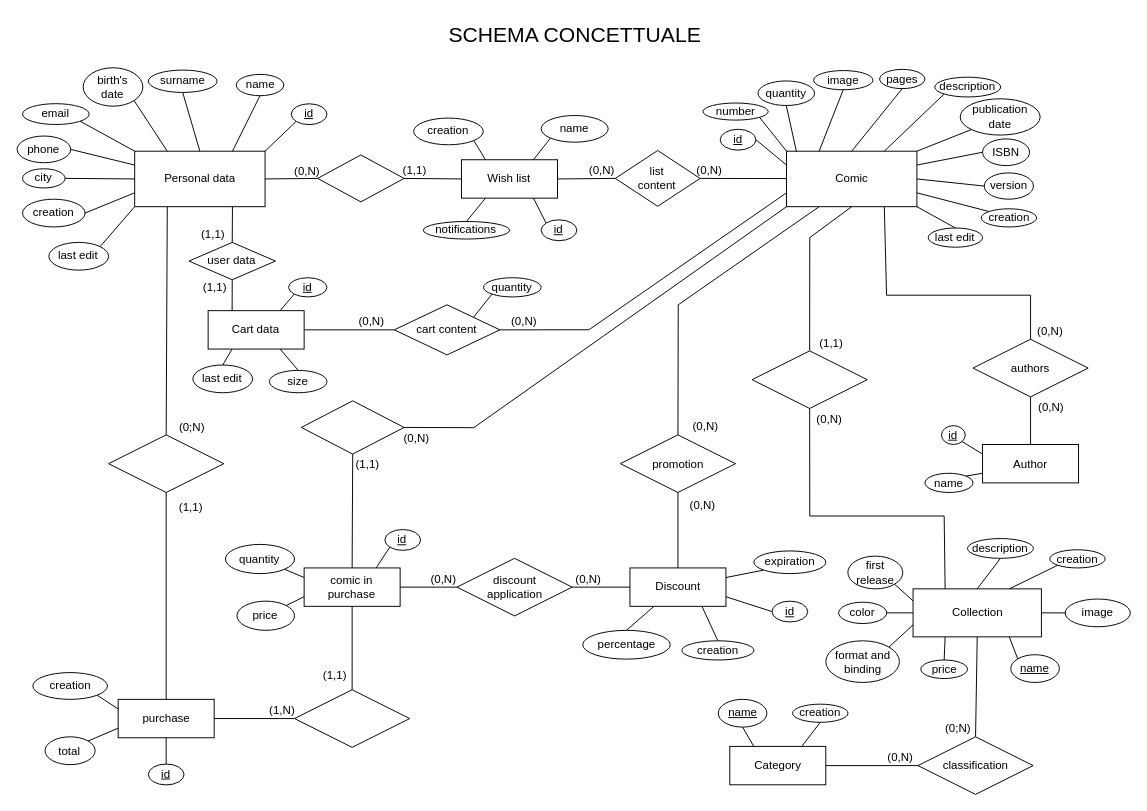
The draw.io diagram page "Schema E-R ristrutturato" (2 of 2) of doc/database/Comic_shop_ER_diagram.drawio in Enricods-i/Comics-Store-Backend, before the edit. Source tidied: cells renumbered, new cells numbered last; positions are measured from the earlier drawing's top-left corner, leaving out a move shared by most shapes. Both pictures are drawn from the tidied source at 96%, with x=0, y=0 at pixel (16, 16).
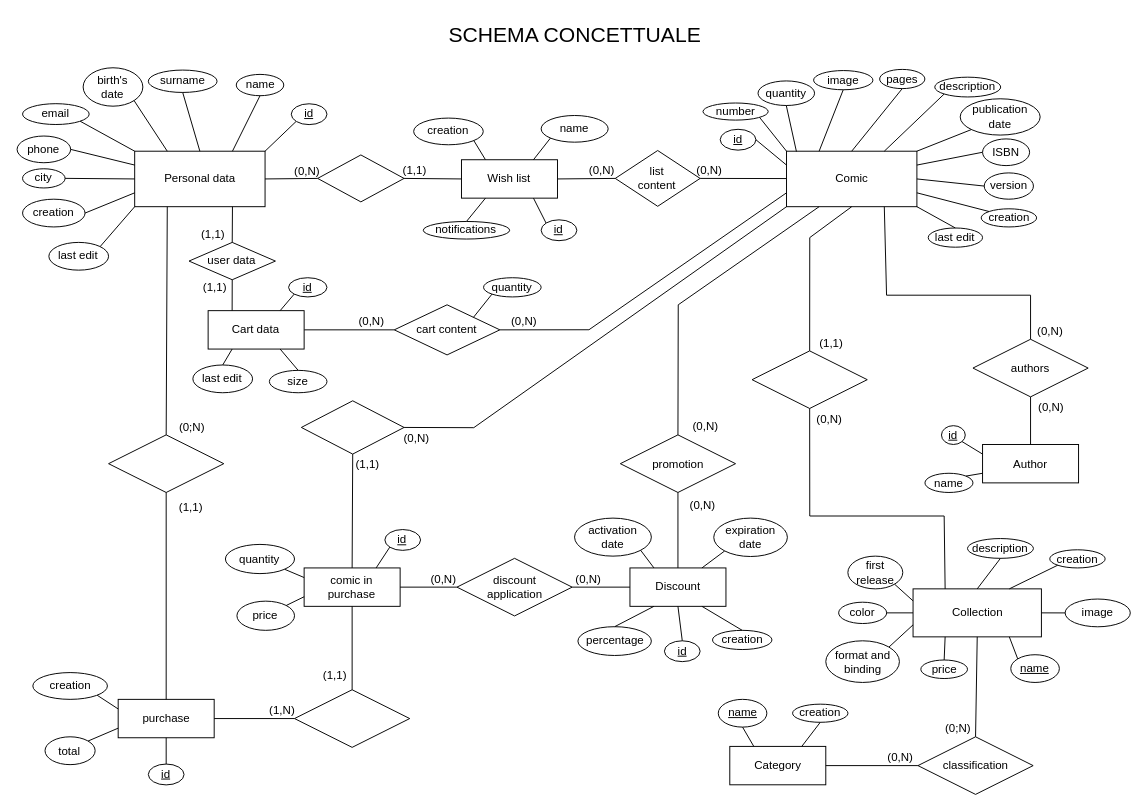
The same diagram, later.

The change refers to these unchanged cells:
```xml
<mxCell id="39" value="Discount" style="whiteSpace=wrap;html=1;align=center;" parent="1" vertex="1">
  <mxGeometry x="638.7" y="574.1" width="100" height="40" as="geometry" />
</mxCell>
```

What changed in the source:
```diff
@@
     <mxCell id="51" value="percentage" style="ellipse;whiteSpace=wrap;html=1;align=center;" parent="1" vertex="1">
-      <mxGeometry x="589.5" y="639.1" width="91.2" height="30" as="geometry" />
+      <mxGeometry x="584.5" y="635.3" width="76.5" height="30" as="geometry" />
     </mxCell>
     <mxCell id="52" value="creation" style="ellipse;whiteSpace=wrap;html=1;align=center;" parent="1" vertex="1">
-      <mxGeometry x="692.7" y="650" width="75.2" height="20" as="geometry" />
+      <mxGeometry x="724.7" y="639.1" width="61.9" height="20" as="geometry" />
     </mxCell>
-    <mxCell id="53" value="expiration" style="ellipse;whiteSpace=wrap;html=1;align=center;" parent="1" vertex="1">
-      <mxGeometry x="767.8" y="556.4" width="74.9" height="23.6" as="geometry" />
+    <mxCell id="53" value="&lt;div&gt;expiration&lt;/div&gt;&lt;div&gt;date&lt;br&gt;&lt;/div&gt;" style="ellipse;whiteSpace=wrap;html=1;align=center;" parent="1" vertex="1">
+      <mxGeometry x="726" y="522.2" width="76.7" height="40" as="geometry" />
     </mxCell>
@@
-    <mxCell id="56" style="endArrow=none;html=1;rounded=0;exitX=0;exitY=1;exitDx=0;exitDy=0;entryX=1;entryY=0.25;entryDx=0;entryDy=0;" parent="1" edge="1" source="53" target="39">
+    <mxCell id="56" style="endArrow=none;html=1;rounded=0;exitX=0;exitY=1;exitDx=0;exitDy=0;entryX=0.75;entryY=0;entryDx=0;entryDy=0;" parent="1" edge="1" source="53" target="39">
       <mxGeometry relative="1" as="geometry" />
     </mxCell>
@@
     <mxCell id="141" value="id" style="ellipse;whiteSpace=wrap;html=1;align=center;fontStyle=4;" parent="1" vertex="1">
-      <mxGeometry x="786.7" y="608.7" width="37.2" height="21.7" as="geometry" />
+      <mxGeometry x="674.6" y="650" width="37.2" height="21.7" as="geometry" />
     </mxCell>
-    <mxCell id="142" style="endArrow=none;html=1;rounded=0;exitX=1;exitY=0.75;exitDx=0;exitDy=0;entryX=0;entryY=0.5;entryDx=0;entryDy=0;" parent="1" edge="1" source="39" target="141">
+    <mxCell id="142" style="endArrow=none;html=1;rounded=0;exitX=0.5;exitY=1;exitDx=0;exitDy=0;entryX=0.5;entryY=0;entryDx=0;entryDy=0;" parent="1" edge="1" source="39" target="141">
       <mxGeometry relative="1" as="geometry" />
     </mxCell>
@@
+    <mxCell id="173" value="&lt;div&gt;activation&lt;/div&gt;&lt;div&gt;date&lt;br&gt;&lt;/div&gt;" style="ellipse;whiteSpace=wrap;html=1;align=center;" parent="1" vertex="1">
+      <mxGeometry x="581" y="522.2" width="80" height="39.6" as="geometry" />
+    </mxCell>
+    <mxCell id="174" style="endArrow=none;html=1;rounded=0;exitX=1;exitY=1;exitDx=0;exitDy=0;entryX=0.25;entryY=0;entryDx=0;entryDy=0;" parent="1" edge="1" source="173" target="39">
+      <mxGeometry relative="1" as="geometry" />
+    </mxCell>
```
